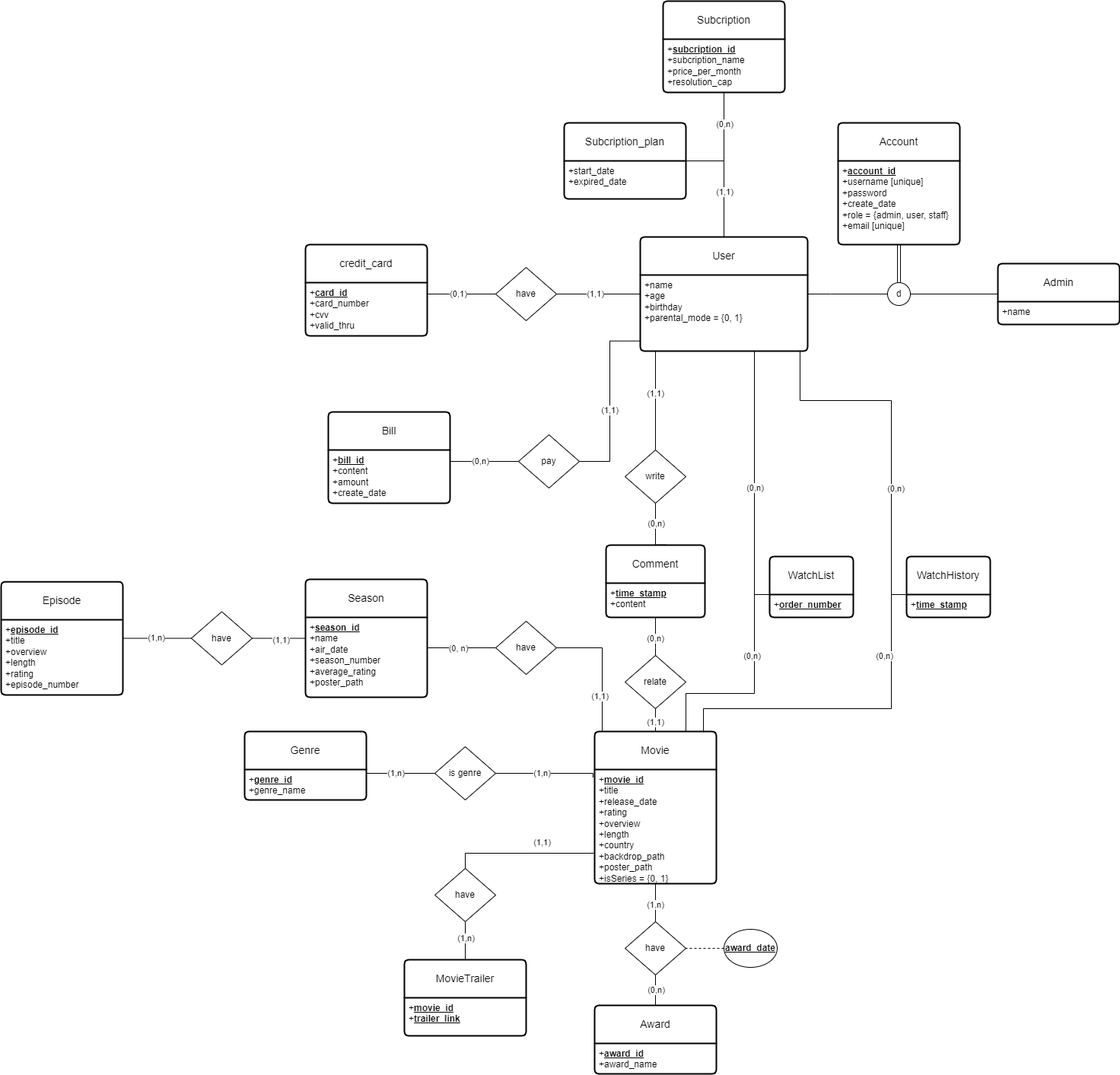
Before: docs/analysis and design/Netflex.drawio.png, a diagram exported from draw.io (DanielPham311/Intro2SE-21CLC03-Group11). Source tidied: cells renumbered, new cells last; positions are measured from the earlier drawing's top-left corner, leaving out a move shared by most shapes.
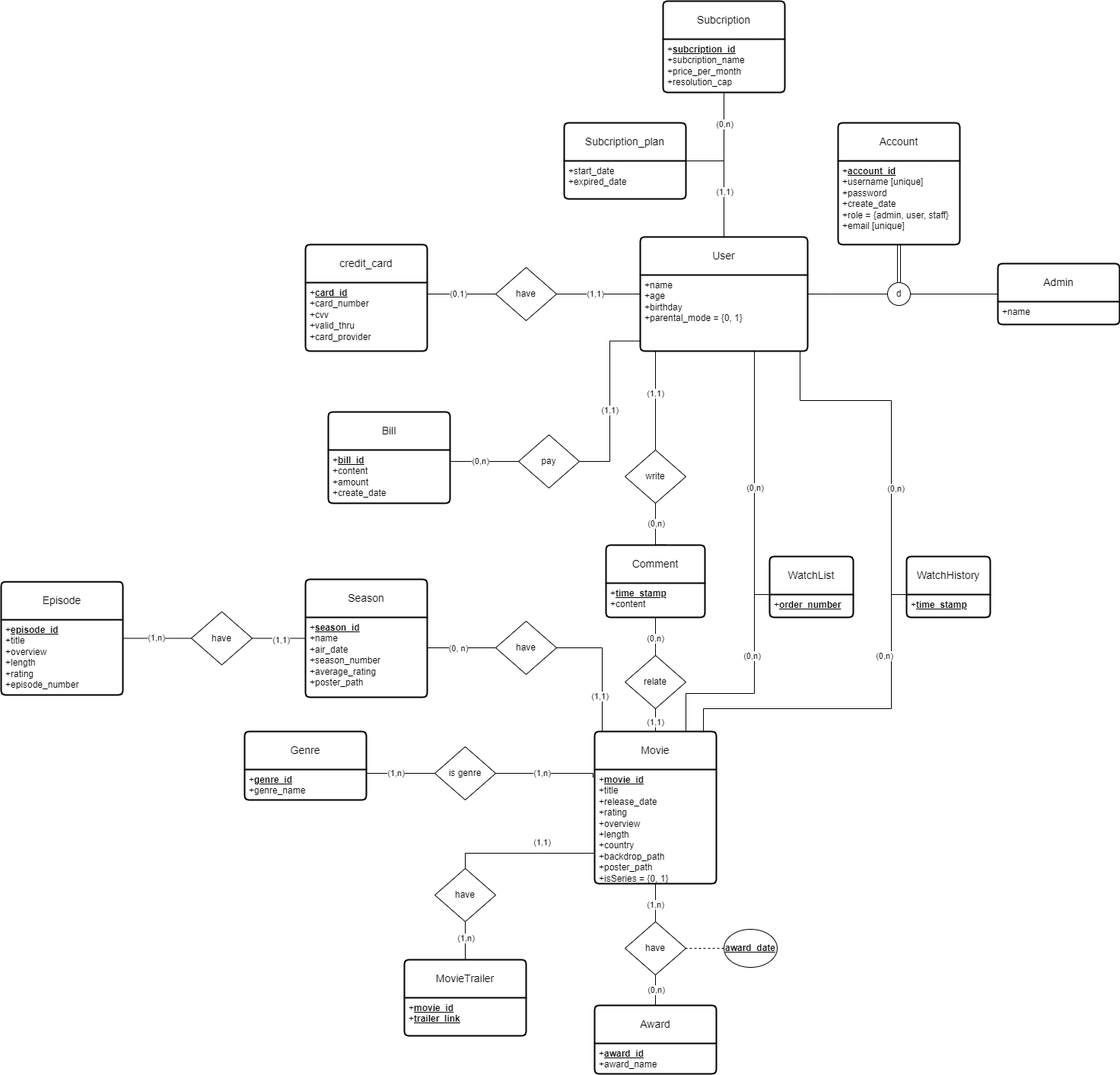
Above is the later version.

What changed in the source:
```diff
@@ -44,10 +44,10 @@
       </mxGeometry>
     </mxCell>
     <mxCell id="14" value="credit_card" style="swimlane;horizontal=1;startSize=50;rounded=1;fontSize=14;fontStyle=0;strokeWidth=2;shadow=0;dashed=0;align=center;arcSize=4;whiteSpace=wrap;html=1;" parent="1" vertex="1">
-      <mxGeometry x="400" y="320" width="160" height="120" as="geometry" />
+      <mxGeometry x="400" y="320" width="160" height="140" as="geometry" />
     </mxCell>
-    <mxCell id="15" value="+&lt;b&gt;&lt;u&gt;card_id&lt;/u&gt;&lt;/b&gt;&lt;br&gt;+card_number&lt;br&gt;+cvv&lt;br&gt;+valid_thru" style="align=left;strokeColor=none;fillColor=none;spacingLeft=4;fontSize=12;verticalAlign=top;html=1;" parent="14" vertex="1">
-      <mxGeometry y="50" width="160" height="70" as="geometry" />
+    <mxCell id="15" value="+&lt;b&gt;&lt;u&gt;card_id&lt;/u&gt;&lt;/b&gt;&lt;br&gt;+card_number&lt;br&gt;+cvv&lt;br&gt;+valid_thru&lt;br&gt;+card_provider" style="align=left;strokeColor=none;fillColor=none;spacingLeft=4;fontSize=12;verticalAlign=top;html=1;" parent="14" vertex="1">
+      <mxGeometry y="50" width="160" height="90" as="geometry" />
     </mxCell>
     <mxCell id="16" value="have" style="rhombus;whiteSpace=wrap;html=1;" parent="1" vertex="1">
       <mxGeometry x="650" y="350" width="80" height="70" as="geometry" />
```
